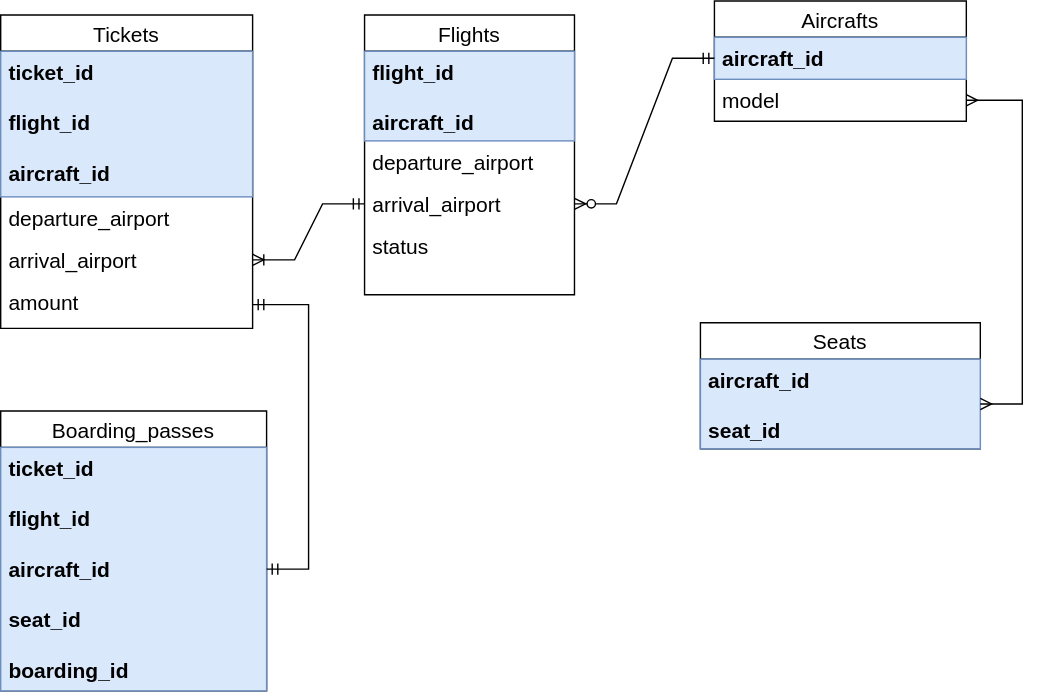
This is ER-model/db-er-bmstu.svg from d3vyatk4ru/db-practice-bmstu, a draw.io export, as it was before one commit. Source tidied: cells renumbered, new cells last; positions are measured from the earlier drawing's top-left corner, leaving out a move shared by most shapes.
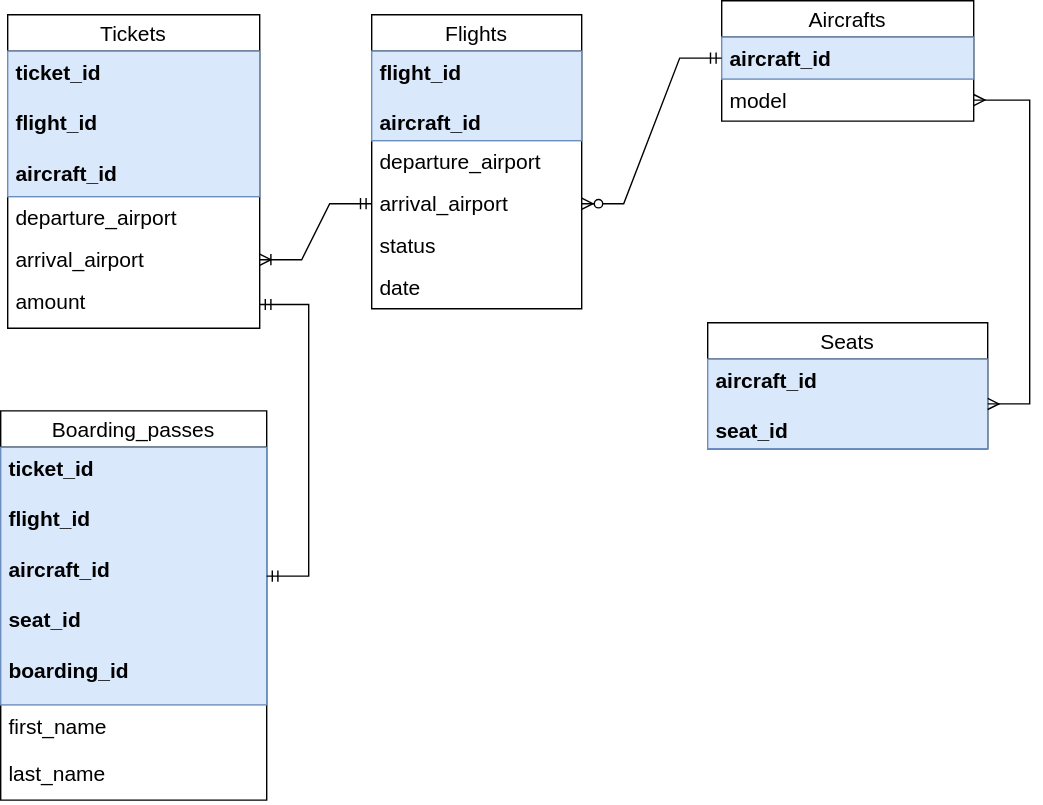
The same file after the commit.

Diff of the diagram source:
```diff
@@ -3,9 +3,9 @@
     <mxCell id="0" />
     <mxCell id="1" parent="0" />
     <mxCell id="2" value="Flights" style="swimlane;fontStyle=0;horizontal=1;startSize=26;align=center;fontSize=15;swimlaneLine=1;sketch=0;" parent="1" vertex="1">
-      <mxGeometry x="260" y="10" width="150" height="200" as="geometry" />
+      <mxGeometry x="260" y="10" width="150" height="210" as="geometry" />
     </mxCell>
-    <mxCell id="3" value="flight_id&#10;&#10;aircraft_id" style="text;strokeColor=#6c8ebf;fillColor=#dae8fc;spacingLeft=4;spacingRight=4;overflow=hidden;fontSize=15;fontStyle=1;swimlaneLine=1;sketch=0;" parent="2" vertex="1">
+    <mxCell id="3" value="flight_id&#10;&#10;aircraft_id&#10;&#10;date" style="text;strokeColor=#6c8ebf;fillColor=#dae8fc;spacingLeft=4;spacingRight=4;overflow=hidden;fontSize=15;fontStyle=1;swimlaneLine=1;sketch=0;" parent="2" vertex="1">
       <mxGeometry y="26" width="150" height="64" as="geometry" />
     </mxCell>
     <mxCell id="4" value="departure_airport" style="text;strokeColor=none;fillColor=none;spacingLeft=4;spacingRight=4;overflow=hidden;fontSize=15;swimlaneLine=1;sketch=0;" parent="2" vertex="1">
@@ -14,9 +14,12 @@
     <mxCell id="5" value="arrival_airport" style="text;strokeColor=none;fillColor=none;spacingLeft=4;spacingRight=4;overflow=hidden;points=[[0,0.5],[1,0.5]];portConstraint=eastwest;fontSize=15;swimlaneLine=1;sketch=0;" parent="2" vertex="1">
       <mxGeometry y="120" width="150" height="30" as="geometry" />
     </mxCell>
-    <mxCell id="6" value="status" style="text;strokeColor=none;fillColor=none;spacingLeft=4;spacingRight=4;overflow=hidden;fontSize=15;swimlaneLine=1;sketch=0;" parent="2" vertex="1">
-      <mxGeometry y="150" width="150" height="50" as="geometry" />
+    <mxCell id="6" value="status&#10;" style="text;strokeColor=none;fillColor=none;spacingLeft=4;spacingRight=4;overflow=hidden;fontSize=15;swimlaneLine=1;sketch=0;" parent="2" vertex="1">
+      <mxGeometry y="150" width="150" height="30" as="geometry" />
     </mxCell>
+    <mxCell id="23" value="date" style="text;strokeColor=none;fillColor=none;spacingLeft=4;spacingRight=4;overflow=hidden;fontSize=15;swimlaneLine=1;sketch=0;" parent="2" vertex="1">
+      <mxGeometry y="180" width="150" height="30" as="geometry" />
+    </mxCell>
     <mxCell id="7" value="Aircrafts" style="swimlane;fontStyle=0;horizontal=1;startSize=26;align=center;fontSize=15;swimlaneLine=1;sketch=0;" parent="1" vertex="1">
       <mxGeometry x="510" width="180" height="86" as="geometry" />
     </mxCell>
@@ -57,11 +60,17 @@
       <mxGeometry relative="1" as="geometry" />
     </mxCell>
     <mxCell id="20" value="Boarding_passes" style="swimlane;fontStyle=0;horizontal=1;startSize=26;align=center;fontSize=15;swimlaneLine=1;sketch=0;" parent="1" vertex="1">
-      <mxGeometry y="293" width="190" height="200" as="geometry" />
+      <mxGeometry x="-5" y="293" width="190" height="278" as="geometry" />
     </mxCell>
     <mxCell id="21" value="ticket_id&#10;&#10;flight_id&#10;&#10;aircraft_id&#10;&#10;seat_id&#10;&#10;boarding_id" style="text;strokeColor=#6c8ebf;fillColor=#dae8fc;spacingLeft=4;spacingRight=4;overflow=hidden;points=[[0,0.5],[1,0.5]];portConstraint=eastwest;fontSize=15;fontStyle=1;swimlaneLine=1;sketch=0;" parent="20" vertex="1">
-      <mxGeometry y="26" width="190" height="174" as="geometry" />
+      <mxGeometry y="26" width="190" height="184" as="geometry" />
     </mxCell>
+    <mxCell id="24" value="first_name" style="text;strokeColor=none;fillColor=none;spacingLeft=4;spacingRight=4;overflow=hidden;fontSize=15;swimlaneLine=1;sketch=0;" parent="20" vertex="1">
+      <mxGeometry y="210" width="190" height="34" as="geometry" />
+    </mxCell>
+    <mxCell id="25" value="last_name" style="text;strokeColor=none;fillColor=none;spacingLeft=4;spacingRight=4;overflow=hidden;fontSize=15;swimlaneLine=1;sketch=0;" parent="20" vertex="1">
+      <mxGeometry y="244" width="190" height="34" as="geometry" />
+    </mxCell>
     <mxCell id="22" style="edgeStyle=entityRelationEdgeStyle;fontSize=15;html=1;endArrow=ERmandOne;startArrow=ERmandOne;rounded=0;entryX=1;entryY=0.5;entryDx=0;entryDy=0;swimlaneLine=1;sketch=0;" parent="1" edge="1" source="21" target="18">
       <mxGeometry relative="1" as="geometry" />
     </mxCell>
```
